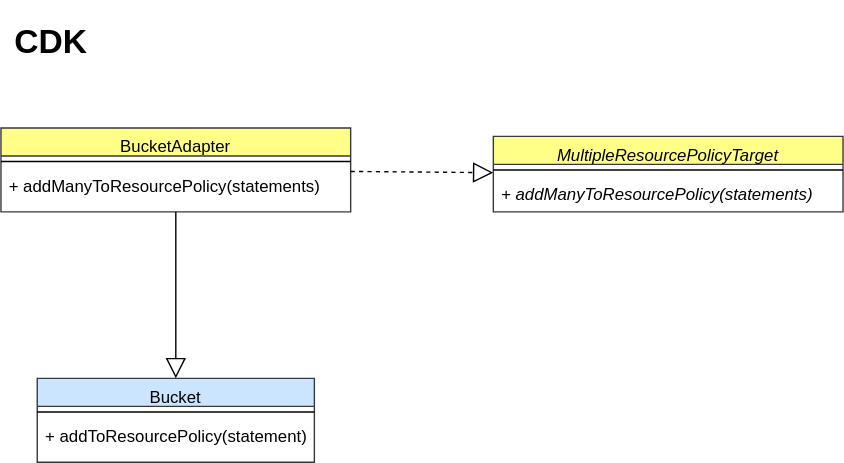
Earlier version of the draw.io export drawio/adapter/adapter_concrete.drawio.svg (go-to-k/cdk-gof-design-pattern). Source tidied: cells renumbered, new cells last; positions are measured from the earlier drawing's top-left corner, leaving out a move shared by most shapes.
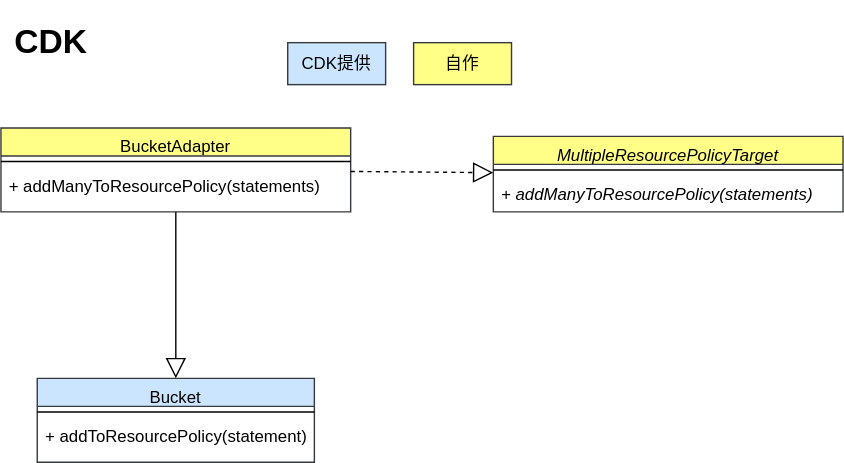
The same file after the commit.

Commit message:
color tests for imgs

Change to the diagram source:
```diff
@@ -38,5 +38,11 @@
     <mxCell id="13" style="endArrow=block;dashed=1;endFill=0;endSize=12;html=1;" parent="1" edge="1" source="3" target="6">
       <mxGeometry relative="1" as="geometry" />
     </mxCell>
+    <mxCell id="14" value="自作" style="rounded=0;whiteSpace=wrap;html=1;fillColor=#ffff88;strokeColor=#36393d;" parent="1" vertex="1">
+      <mxGeometry x="295" y="20" width="70" height="30" as="geometry" />
+    </mxCell>
+    <mxCell id="15" value="CDK提供" style="rounded=0;whiteSpace=wrap;html=1;fillColor=#cce5ff;strokeColor=#36393d;" parent="1" vertex="1">
+      <mxGeometry x="205" y="20" width="70" height="30" as="geometry" />
+    </mxCell>
   </root>
 </mxGraphModel>
```
